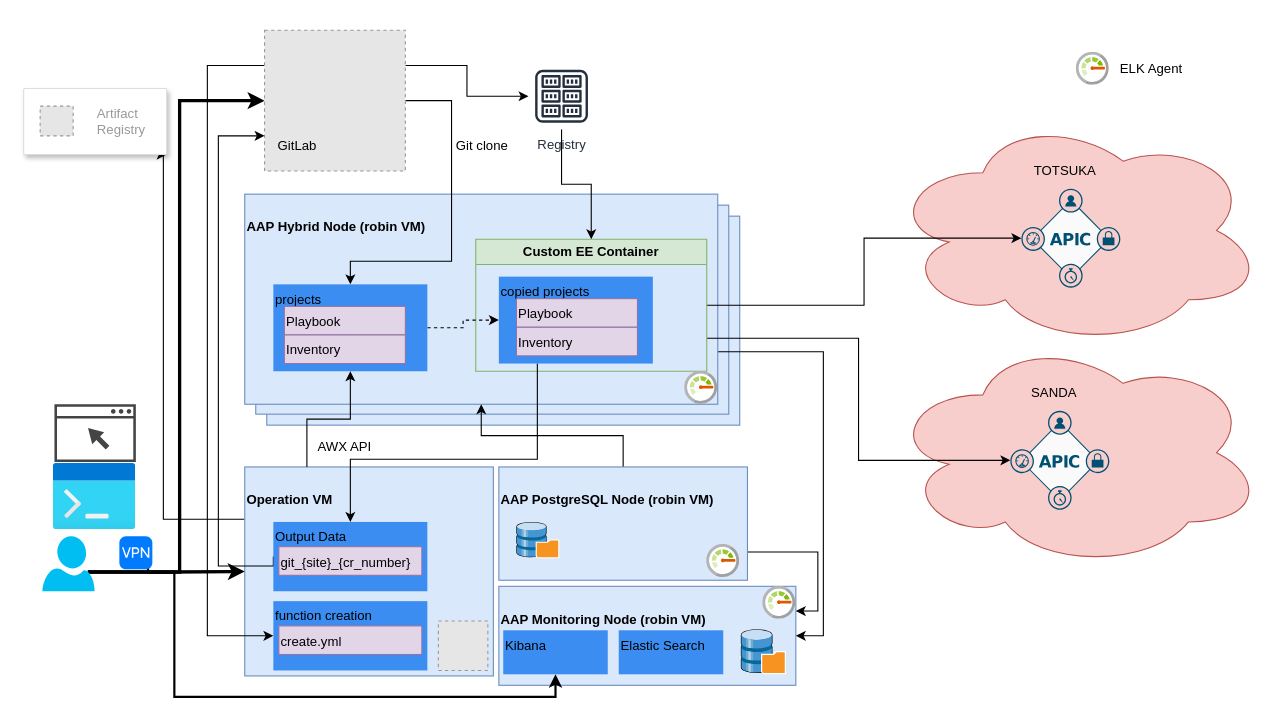
nhanawa/drawio keeps this draw.io diagram as page "RAAP" (2 of 2) of Entire_Design_img.drawio. Above is the earlier version. Source tidied: cells renumbered, new cells numbered last; positions are measured from the earlier drawing's top-left corner, leaving out a move shared by most shapes. Both pictures are drawn from the tidied source at 110%, with x=0, y=0 at pixel (23, 30). Pictures stored in the file or linked from it are replaced by grey dashed boxes.
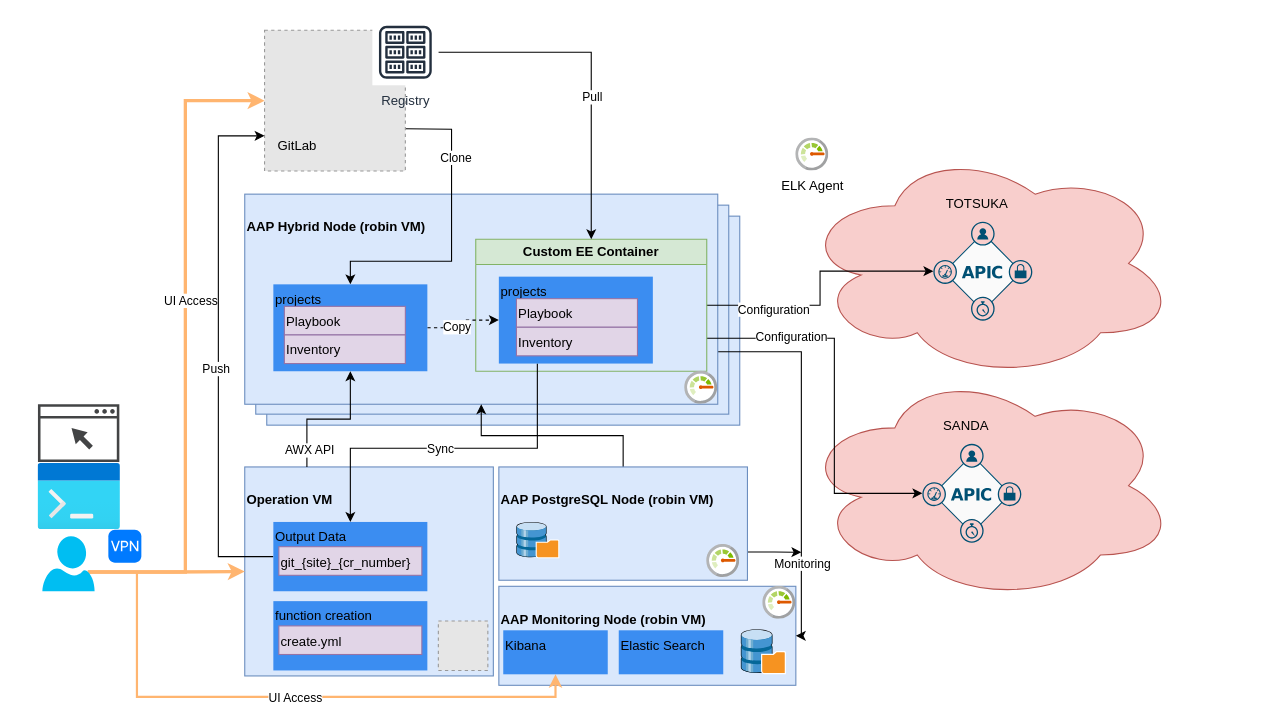
Above is the later version.

Unchanged cells that the change refers to:
```xml
<mxCell id="2" value="&lt;h4&gt;AAP Monitoring Node (robin VM)&lt;/h4&gt;&lt;div style=&quot;&quot;&gt;&lt;/div&gt;" style="rounded=0;whiteSpace=wrap;html=1;fillColor=#dae8fc;strokeColor=#6c8ebf;align=left;imageVerticalAlign=middle;verticalAlign=top;" parent="1" vertex="1">
  <mxGeometry x="432" y="505.5" width="270" height="90" as="geometry" />
</mxCell>
<mxCell id="4" value="&lt;h4&gt;Operation VM&lt;/h4&gt;&lt;div style=&quot;&quot;&gt;&lt;/div&gt;" style="rounded=0;whiteSpace=wrap;html=1;fillColor=#dae8fc;strokeColor=#6c8ebf;align=left;imageVerticalAlign=middle;verticalAlign=top;" parent="1" vertex="1">
  <mxGeometry x="201" y="397" width="226" height="190" as="geometry" />
</mxCell>
<mxCell id="10" value="&lt;h4&gt;AAP Hybrid Node (robin VM)&lt;/h4&gt;&lt;div style=&quot;&quot;&gt;&lt;/div&gt;" style="rounded=0;whiteSpace=wrap;html=1;fillColor=#dae8fc;strokeColor=#6c8ebf;align=left;imageVerticalAlign=middle;verticalAlign=top;" parent="1" vertex="1">
  <mxGeometry x="201" y="149" width="430" height="191" as="geometry" />
</mxCell>
<mxCell id="12" style="edgeStyle=orthogonalEdgeStyle;rounded=0;jettySize=auto;html=1;exitX=1;exitY=0.5;exitDx=0;exitDy=0;entryX=0;entryY=0.5;entryDx=0;entryDy=0;entryPerimeter=0;" parent="1" edge="1" source="14" target="11">
  <mxGeometry relative="1" as="geometry" />
</mxCell>
<mxCell id="14" value="Custom EE Container" style="swimlane;whiteSpace=wrap;html=1;fontFamily=Helvetica;fillColor=#d5e8d4;strokeColor=#82b366;" parent="1" vertex="1">
  <mxGeometry x="411" y="190" width="210" height="120" as="geometry" />
</mxCell>
<mxCell id="16" style="edgeStyle=orthogonalEdgeStyle;rounded=0;jettySize=auto;html=1;strokeColor=default;" parent="1" edge="1" source="55" target="14">
  <mxGeometry relative="1" as="geometry" />
</mxCell>
<mxCell id="19" style="fillColor=#E6E6E6;strokeColor=#999999;dashed=1;html=1;verticalAlign=top;verticalLabelPosition=bottom;labelBackgroundColor=#ffffff;fontFamily=Helvetica;" parent="1" vertex="1">
  <mxGeometry x="219" width="128" height="128" as="geometry" />
</mxCell>
<mxCell id="22" value="&lt;h4&gt;AAP PostgreSQL Node (robin VM)&lt;/h4&gt;&lt;div style=&quot;&quot;&gt;&lt;/div&gt;" style="rounded=0;whiteSpace=wrap;html=1;fillColor=#dae8fc;strokeColor=#6c8ebf;align=left;imageVerticalAlign=middle;verticalAlign=top;" parent="1" vertex="1">
  <mxGeometry x="432" y="397" width="226" height="103" as="geometry" />
</mxCell>
<mxCell id="25" value="projects" style="whiteSpace=wrap;html=1;verticalAlign=top;fillColor=#3B8DF1;strokeColor=none;sketch=0;shadow=0;align=left;" parent="1" vertex="1">
  <mxGeometry x="227" y="231" width="140" height="79" as="geometry" />
</mxCell>
<mxCell id="35" style="edgeStyle=orthogonalEdgeStyle;rounded=0;jettySize=auto;html=1;exitX=0.25;exitY=0;exitDx=0;exitDy=0;entryX=0.5;entryY=1;entryDx=0;entryDy=0;strokeColor=default;" parent="1" edge="1" source="4" target="25">
  <mxGeometry relative="1" as="geometry" />
</mxCell>
<mxCell id="41" style="verticalLabelPosition=bottom;html=1;verticalAlign=top;align=center;strokeColor=none;fillColor=#00BEF2;shape=mxgraph.azure.user;" parent="1" vertex="1">
  <mxGeometry x="17" y="460" width="47.5" height="50" as="geometry" />
</mxCell>
<mxCell id="44" value="Output Data" style="whiteSpace=wrap;html=1;verticalAlign=top;fillColor=#3B8DF1;strokeColor=none;sketch=0;shadow=0;align=left;" parent="1" vertex="1">
  <mxGeometry x="227" y="447" width="140" height="63" as="geometry" />
</mxCell>
<mxCell id="50" value="Kibana" style="whiteSpace=wrap;html=1;verticalAlign=top;fillColor=#3B8DF1;strokeColor=none;sketch=0;shadow=0;align=left;" parent="1" vertex="1">
  <mxGeometry x="436" y="545.5" width="95" height="40" as="geometry" />
</mxCell>
<mxCell id="56" value="function creation" style="whiteSpace=wrap;html=1;verticalAlign=top;fillColor=#3B8DF1;strokeColor=none;sketch=0;shadow=0;align=left;" parent="1" vertex="1">
  <mxGeometry x="227" y="519" width="140" height="63" as="geometry" />
</mxCell>
```

The edit, as a diff of the source:
```diff
@@
-    <mxCell id="3" style="edgeStyle=orthogonalEdgeStyle;rounded=0;jettySize=auto;html=1;exitX=0;exitY=0.25;exitDx=0;exitDy=0;entryX=1;entryY=1;entryDx=0;entryDy=0;strokeColor=default;strokeWidth=1;" parent="1" edge="1" source="4" target="61">
-      <mxGeometry relative="1" as="geometry">
-        <Array as="points">
-          <mxPoint x="127" y="444" />
-          <mxPoint x="127" y="113" />
-        </Array>
-      </mxGeometry>
-    </mxCell>
@@
     <mxCell id="5" style="ellipse;shape=cloud;whiteSpace=wrap;html=1;fillColor=#f8cecc;strokeColor=#b85450;" parent="1" vertex="1">
-      <mxGeometry x="787" y="279" width="340" height="210" as="geometry" />
+      <mxGeometry x="707" y="309" width="340" height="210" as="geometry" />
     </mxCell>
     <mxCell id="6" style="ellipse;shape=cloud;whiteSpace=wrap;html=1;fillColor=#f8cecc;strokeColor=#b85450;" parent="1" vertex="1">
-      <mxGeometry x="787" y="77" width="340" height="210" as="geometry" />
+      <mxGeometry x="707" y="107" width="340" height="210" as="geometry" />
     </mxCell>
@@
     <mxCell id="9" style="edgeStyle=orthogonalEdgeStyle;rounded=0;jettySize=auto;html=1;exitX=1;exitY=0.75;exitDx=0;exitDy=0;strokeColor=default;entryX=1;entryY=0.5;entryDx=0;entryDy=0;" parent="1" edge="1" source="10" target="2">
       <mxGeometry relative="1" as="geometry">
         <Array as="points">
-          <mxPoint x="727" y="292" />
-          <mxPoint x="727" y="551" />
+          <mxPoint x="707" y="292" />
+          <mxPoint x="707" y="551" />
           <mxPoint x="702" y="551" />
         </Array>
       </mxGeometry>
     </mxCell>
+    <mxCell id="63" value="Monitoring" style="edgeLabel;html=1;align=center;verticalAlign=middle;" parent="9" vertex="1">
+      <mxGeometry x="0.25" relative="1" as="geometry">
+        <mxPoint y="56" as="offset" />
+      </mxGeometry>
+    </mxCell>
@@
     <mxCell id="11" style="points=[[0.5,0,0],[1,0.5,0],[0.5,1,0],[0,0.5,0],[0.305,0.305,0],[0.695,0.305,0],[0.7,0.7,0],[0.3,0.7,0]];verticalLabelPosition=bottom;sketch=0;html=1;verticalAlign=top;align=center;shape=mxgraph.cisco19.rect;prIcon=aci;fillColor=#FAFAFA;strokeColor=#005073;fontFamily=Helvetica;" parent="1" vertex="1">
-      <mxGeometry x="907" y="144" width="90" height="90" as="geometry" />
+      <mxGeometry x="827" y="174" width="90" height="90" as="geometry" />
     </mxCell>
@@
+    <mxCell id="64" value="Configuration" style="edgeLabel;html=1;align=center;verticalAlign=middle;" parent="12" vertex="1">
+      <mxGeometry x="-0.49" y="-3" relative="1" as="geometry" />
+    </mxCell>
     <mxCell id="13" style="edgeStyle=orthogonalEdgeStyle;rounded=0;jettySize=auto;html=1;exitX=1;exitY=0.75;exitDx=0;exitDy=0;entryX=0;entryY=0.5;entryDx=0;entryDy=0;entryPerimeter=0;strokeColor=#000000;" parent="1" edge="1" source="14" target="33">
-      <mxGeometry relative="1" as="geometry" />
+      <mxGeometry relative="1" as="geometry">
+        <Array as="points">
+          <mxPoint x="737" y="280" />
+          <mxPoint x="737" y="421" />
+        </Array>
+      </mxGeometry>
     </mxCell>
+    <mxCell id="65" value="Configuration" style="edgeLabel;html=1;align=center;verticalAlign=middle;" parent="13" vertex="1">
+      <mxGeometry x="-0.55" y="2" relative="1" as="geometry" />
+    </mxCell>
@@
-    <mxCell id="15" style="edgeStyle=orthogonalEdgeStyle;rounded=0;jettySize=auto;html=1;exitX=1;exitY=0.5;exitDx=0;exitDy=0;" parent="1" edge="1" source="19" target="25">
+    <mxCell id="15" style="edgeStyle=orthogonalEdgeStyle;rounded=0;jettySize=auto;html=1;exitX=0.987;exitY=0.699;exitDx=0;exitDy=0;exitPerimeter=0;" parent="1" edge="1" source="19" target="25">
       <mxGeometry relative="1" as="geometry">
         <Array as="points">
-          <mxPoint x="389" y="64" />
+          <mxPoint x="347" y="90" />
+          <mxPoint x="389" y="90" />
           <mxPoint x="389" y="210" />
           <mxPoint x="297" y="210" />
         </Array>
       </mxGeometry>
     </mxCell>
+    <mxCell id="66" value="Clone" style="edgeLabel;html=1;align=center;verticalAlign=middle;" parent="15" vertex="1">
+      <mxGeometry x="-0.5" y="3" relative="1" as="geometry" />
+    </mxCell>
@@
-    <mxCell id="17" style="edgeStyle=orthogonalEdgeStyle;rounded=0;jettySize=auto;html=1;exitX=1;exitY=0.25;exitDx=0;exitDy=0;strokeColor=default;" parent="1" edge="1" source="19" target="55">
-      <mxGeometry relative="1" as="geometry" />
-    </mxCell>
-    <mxCell id="18" style="edgeStyle=orthogonalEdgeStyle;rounded=0;jettySize=auto;html=1;exitX=0;exitY=0.25;exitDx=0;exitDy=0;entryX=0;entryY=0.5;entryDx=0;entryDy=0;strokeColor=default;" parent="1" edge="1" source="19" target="56">
-      <mxGeometry relative="1" as="geometry">
-        <Array as="points">
-          <mxPoint x="167" y="32" />
-          <mxPoint x="167" y="551" />
-        </Array>
-      </mxGeometry>
-    </mxCell>
+    <mxCell id="67" value="Pull" style="edgeLabel;html=1;align=center;verticalAlign=middle;" parent="16" vertex="1">
+      <mxGeometry x="0.16" relative="1" as="geometry" />
+    </mxCell>
@@
-    <mxCell id="21" style="edgeStyle=orthogonalEdgeStyle;rounded=0;jettySize=auto;html=1;exitX=1;exitY=0.75;exitDx=0;exitDy=0;entryX=1;entryY=0.25;entryDx=0;entryDy=0;strokeColor=default;" parent="1" edge="1" source="22" target="2">
-      <mxGeometry relative="1" as="geometry" />
-    </mxCell>
+    <mxCell id="68" style="edgeStyle=orthogonalEdgeStyle;rounded=0;jettySize=auto;html=1;exitX=1;exitY=0.75;exitDx=0;exitDy=0;strokeColor=#000000;" parent="1" edge="1" source="22">
+      <mxGeometry relative="1" as="geometry">
+        <mxPoint x="707" y="474.6" as="targetPoint" />
+      </mxGeometry>
+    </mxCell>
@@
-    <mxCell id="24" style="edgeStyle=orthogonalEdgeStyle;rounded=0;jettySize=auto;html=1;exitX=1;exitY=0.5;exitDx=0;exitDy=0;entryX=0;entryY=0.5;entryDx=0;entryDy=0;dashed=1;" parent="1" edge="1" source="25" target="29">
+    <mxCell id="24" style="edgeStyle=orthogonalEdgeStyle;rounded=0;jettySize=auto;html=1;exitX=1;exitY=0.5;exitDx=0;exitDy=0;entryX=0;entryY=0.5;entryDx=0;entryDy=0;strokeColor=#000000;dashed=1;" parent="1" edge="1" source="25" target="29">
       <mxGeometry relative="1" as="geometry" />
     </mxCell>
+    <mxCell id="69" value="Copy" style="edgeLabel;html=1;align=center;verticalAlign=middle;" parent="24" vertex="1">
+      <mxGeometry x="-0.29" y="1" relative="1" as="geometry" />
+    </mxCell>
@@
     <mxCell id="28" style="edgeStyle=orthogonalEdgeStyle;rounded=0;jettySize=auto;html=1;exitX=0.25;exitY=1;exitDx=0;exitDy=0;entryX=0.5;entryY=0;entryDx=0;entryDy=0;strokeColor=default;" parent="1" edge="1" source="29" target="44">
       <mxGeometry relative="1" as="geometry">
         <Array as="points">
-          <mxPoint x="467" y="390" />
-          <mxPoint x="297" y="390" />
+          <mxPoint x="467" y="380" />
+          <mxPoint x="297" y="380" />
         </Array>
       </mxGeometry>
     </mxCell>
+    <mxCell id="70" value="Sync" style="edgeLabel;html=1;align=center;verticalAlign=middle;" parent="28" vertex="1">
+      <mxGeometry x="0.25" relative="1" as="geometry">
+        <mxPoint x="30" as="offset" />
+      </mxGeometry>
+    </mxCell>
-    <mxCell id="29" value="copied projects" style="whiteSpace=wrap;html=1;verticalAlign=top;fillColor=#3B8DF1;strokeColor=none;sketch=0;shadow=0;align=left;" parent="1" vertex="1">
+    <mxCell id="29" value="projects" style="whiteSpace=wrap;html=1;verticalAlign=top;fillColor=#3B8DF1;strokeColor=none;sketch=0;shadow=0;align=left;" parent="1" vertex="1">
       <mxGeometry x="432" y="224" width="140" height="79" as="geometry" />
     </mxCell>
@@
     <mxCell id="32" value="TOTSUKA" style="text;html=1;strokeColor=none;fillColor=none;align=center;verticalAlign=middle;whiteSpace=wrap;rounded=0;" parent="1" vertex="1">
-      <mxGeometry x="867" y="113" width="160" height="30" as="geometry" />
+      <mxGeometry x="787" y="143" width="160" height="30" as="geometry" />
     </mxCell>
     <mxCell id="33" style="points=[[0.5,0,0],[1,0.5,0],[0.5,1,0],[0,0.5,0],[0.305,0.305,0],[0.695,0.305,0],[0.7,0.7,0],[0.3,0.7,0]];verticalLabelPosition=bottom;sketch=0;html=1;verticalAlign=top;align=center;shape=mxgraph.cisco19.rect;prIcon=aci;fillColor=#FAFAFA;strokeColor=#005073;fontFamily=Helvetica;" parent="1" vertex="1">
-      <mxGeometry x="897" y="346" width="90" height="90" as="geometry" />
+      <mxGeometry x="817" y="376" width="90" height="90" as="geometry" />
     </mxCell>
     <mxCell id="34" value="SANDA" style="text;html=1;strokeColor=none;fillColor=none;align=center;verticalAlign=middle;whiteSpace=wrap;rounded=0;" parent="1" vertex="1">
-      <mxGeometry x="857" y="315" width="160" height="30" as="geometry" />
+      <mxGeometry x="777" y="345" width="160" height="30" as="geometry" />
     </mxCell>
@@
-    <mxCell id="36" value="Git clone" style="text;html=1;strokeColor=none;fillColor=none;align=center;verticalAlign=middle;whiteSpace=wrap;rounded=0;" parent="1" vertex="1">
-      <mxGeometry x="377" y="90" width="80" height="30" as="geometry" />
-    </mxCell>
-    <mxCell id="37" value="AWX API" style="text;html=1;strokeColor=none;fillColor=none;align=center;verticalAlign=middle;whiteSpace=wrap;rounded=0;" parent="1" vertex="1">
-      <mxGeometry x="252" y="364" width="80" height="30" as="geometry" />
+    <mxCell id="37" value="AWX API" style="edgeLabel;html=1;align=center;verticalAlign=middle;" parent="35" vertex="1">
+      <mxGeometry x="-0.79" y="-2" relative="1" as="geometry">
+        <mxPoint y="-3" as="offset" />
+      </mxGeometry>
     </mxCell>
-    <mxCell id="38" style="edgeStyle=orthogonalEdgeStyle;rounded=0;jettySize=auto;html=1;exitX=0.87;exitY=0.65;exitDx=0;exitDy=0;exitPerimeter=0;entryX=0;entryY=0.5;entryDx=0;entryDy=0;strokeWidth=3;" parent="1" edge="1" source="41" target="4">
+    <mxCell id="38" style="edgeStyle=orthogonalEdgeStyle;rounded=0;jettySize=auto;html=1;exitX=0.87;exitY=0.65;exitDx=0;exitDy=0;exitPerimeter=0;entryX=0;entryY=0.5;entryDx=0;entryDy=0;strokeWidth=3;strokeColor=#FFB570;" parent="1" edge="1" source="41" target="4">
       <mxGeometry relative="1" as="geometry" />
     </mxCell>
-    <mxCell id="39" style="edgeStyle=orthogonalEdgeStyle;rounded=0;jettySize=auto;html=1;exitX=0.87;exitY=0.65;exitDx=0;exitDy=0;exitPerimeter=0;entryX=0;entryY=0.5;entryDx=0;entryDy=0;strokeWidth=3;" parent="1" edge="1" source="41" target="19">
-      <mxGeometry relative="1" as="geometry" />
+    <mxCell id="39" style="edgeStyle=orthogonalEdgeStyle;rounded=0;jettySize=auto;html=1;exitX=0.87;exitY=0.65;exitDx=0;exitDy=0;exitPerimeter=0;entryX=0;entryY=0.5;entryDx=0;entryDy=0;strokeWidth=3;strokeColor=#FFB570;" parent="1" edge="1" source="41" target="19">
+      <mxGeometry relative="1" as="geometry">
+        <Array as="points">
+          <mxPoint x="147" y="492" />
+          <mxPoint x="147" y="64" />
+        </Array>
+      </mxGeometry>
     </mxCell>
+    <mxCell id="71" value="UI Access" style="edgeLabel;html=1;align=center;verticalAlign=middle;" parent="39" vertex="1">
+      <mxGeometry x="0.14" y="-4" relative="1" as="geometry" />
+    </mxCell>
-    <mxCell id="40" style="edgeStyle=orthogonalEdgeStyle;rounded=0;jettySize=auto;html=1;exitX=0.87;exitY=0.65;exitDx=0;exitDy=0;exitPerimeter=0;entryX=0.5;entryY=1;entryDx=0;entryDy=0;strokeColor=default;startArrow=none;strokeWidth=2;" parent="1" edge="1" source="58" target="50">
+    <mxCell id="40" style="edgeStyle=orthogonalEdgeStyle;rounded=0;jettySize=auto;html=1;exitX=0.87;exitY=0.65;exitDx=0;exitDy=0;exitPerimeter=0;entryX=0.5;entryY=1;entryDx=0;entryDy=0;strokeColor=#FFB570;startArrow=none;strokeWidth=2;" parent="1" edge="1" source="41" target="50">
       <mxGeometry relative="1" as="geometry">
         <Array as="points">
-          <mxPoint x="113" y="493" />
-          <mxPoint x="137" y="493" />
-          <mxPoint x="137" y="606" />
+          <mxPoint x="103" y="492" />
+          <mxPoint x="103" y="606" />
           <mxPoint x="484" y="606" />
         </Array>
       </mxGeometry>
     </mxCell>
+    <mxCell id="72" value="UI Access" style="edgeLabel;html=1;align=center;verticalAlign=middle;" parent="40" vertex="1">
+      <mxGeometry x="0.08" relative="1" as="geometry" />
+    </mxCell>
@@
     <mxCell id="43" style="edgeStyle=orthogonalEdgeStyle;rounded=0;jettySize=auto;html=1;exitX=0;exitY=0.5;exitDx=0;exitDy=0;entryX=0;entryY=0.75;entryDx=0;entryDy=0;strokeColor=default;" parent="1" edge="1" source="44" target="19">
       <mxGeometry relative="1" as="geometry">
         <Array as="points">
-          <mxPoint x="177" y="487" />
+          <mxPoint x="177" y="478" />
           <mxPoint x="177" y="96" />
         </Array>
       </mxGeometry>
     </mxCell>
+    <mxCell id="73" value="Push" style="edgeLabel;html=1;align=center;verticalAlign=middle;" parent="43" vertex="1">
+      <mxGeometry x="-0.07" y="3" relative="1" as="geometry" />
+    </mxCell>
@@
-    <mxCell id="52" style="sketch=0;html=1;align=center;image;fontSize=12;image=img/lib/mscae/Monitor.svg;" parent="1" vertex="1">
-      <mxGeometry x="957" y="20" width="30" height="30" as="geometry" />
+    <mxCell id="52" value="ELK Agent" style="sketch=0;html=1;align=center;image;fontSize=12;image=img/lib/mscae/Monitor.svg;" parent="1" vertex="1">
+      <mxGeometry x="702" y="98" width="30" height="30" as="geometry" />
     </mxCell>
-    <mxCell id="53" value="ELK Agent&amp;nbsp;" style="text;html=1;strokeColor=none;fillColor=none;align=center;verticalAlign=middle;whiteSpace=wrap;rounded=0;" parent="1" vertex="1">
-      <mxGeometry x="987" y="20" width="80" height="30" as="geometry" />
-    </mxCell>
@@
     <mxCell id="55" value="Registry" style="sketch=0;outlineConnect=0;fontColor=#232F3E;gradientColor=none;strokeColor=#232F3E;fillColor=#ffffff;dashed=0;verticalLabelPosition=bottom;verticalAlign=top;align=center;html=1;fontSize=12;fontStyle=0;shape=mxgraph.aws4.resourceIcon;resIcon=mxgraph.aws4.registry;" parent="1" vertex="1">
-      <mxGeometry x="459" y="30" width="60" height="60" as="geometry" />
+      <mxGeometry x="317" y="-10" width="60" height="60" as="geometry" />
     </mxCell>
@@
     <mxCell id="58" style="html=1;strokeWidth=1;shadow=0;dashed=0;shape=mxgraph.ios7.misc.vpn;fillColor=#007AFF;strokeColor=none;buttonText=;strokeColor2=#222222;fontColor=#222222;fontSize=8;verticalLabelPosition=bottom;verticalAlign=top;align=center;sketch=0;" parent="1" vertex="1">
-      <mxGeometry x="87" y="460" width="30" height="30" as="geometry" />
+      <mxGeometry x="77" y="454" width="30" height="30" as="geometry" />
     </mxCell>
     <mxCell id="59" style="sketch=0;shadow=0;dashed=0;html=1;strokeColor=none;fillColor=#434445;labelPosition=center;verticalLabelPosition=bottom;verticalAlign=top;align=center;shape=mxgraph.vvd.web_browser;" parent="1" vertex="1">
-      <mxGeometry x="28" y="340" width="74" height="52.5" as="geometry" />
+      <mxGeometry x="13" y="340" width="74" height="52.5" as="geometry" />
     </mxCell>
     <mxCell id="60" style="html=1;align=center;image;fontSize=12;image=img/lib/azure2/general/Dev_Console.svg;" parent="1" vertex="1">
-      <mxGeometry x="27" y="394" width="75" height="60" as="geometry" />
+      <mxGeometry x="13.1" y="394" width="75" height="60" as="geometry" />
     </mxCell>
-    <mxCell id="61" style="strokeColor=#dddddd;shadow=1;strokeWidth=1;rounded=1;absoluteArcSize=1;arcSize=2;" parent="1" vertex="1">
-      <mxGeometry y="53" width="130" height="60" as="geometry" />
-    </mxCell>
-    <mxCell id="62" value="Artifact&#10;Registry" style="fillColor=#E6E6E6;strokeColor=#999999;dashed=1;fontColor=#999999;verticalLabelPosition=middle;labelBackgroundColor=#ffffff;verticalAlign=middle;labelPosition=right;align=left;spacingLeft=20;" parent="61" vertex="1">
-      <mxGeometry width="30" height="27" relative="1" as="geometry">
-        <mxPoint x="15" y="16" as="offset" />
-      </mxGeometry>
-    </mxCell>
```
